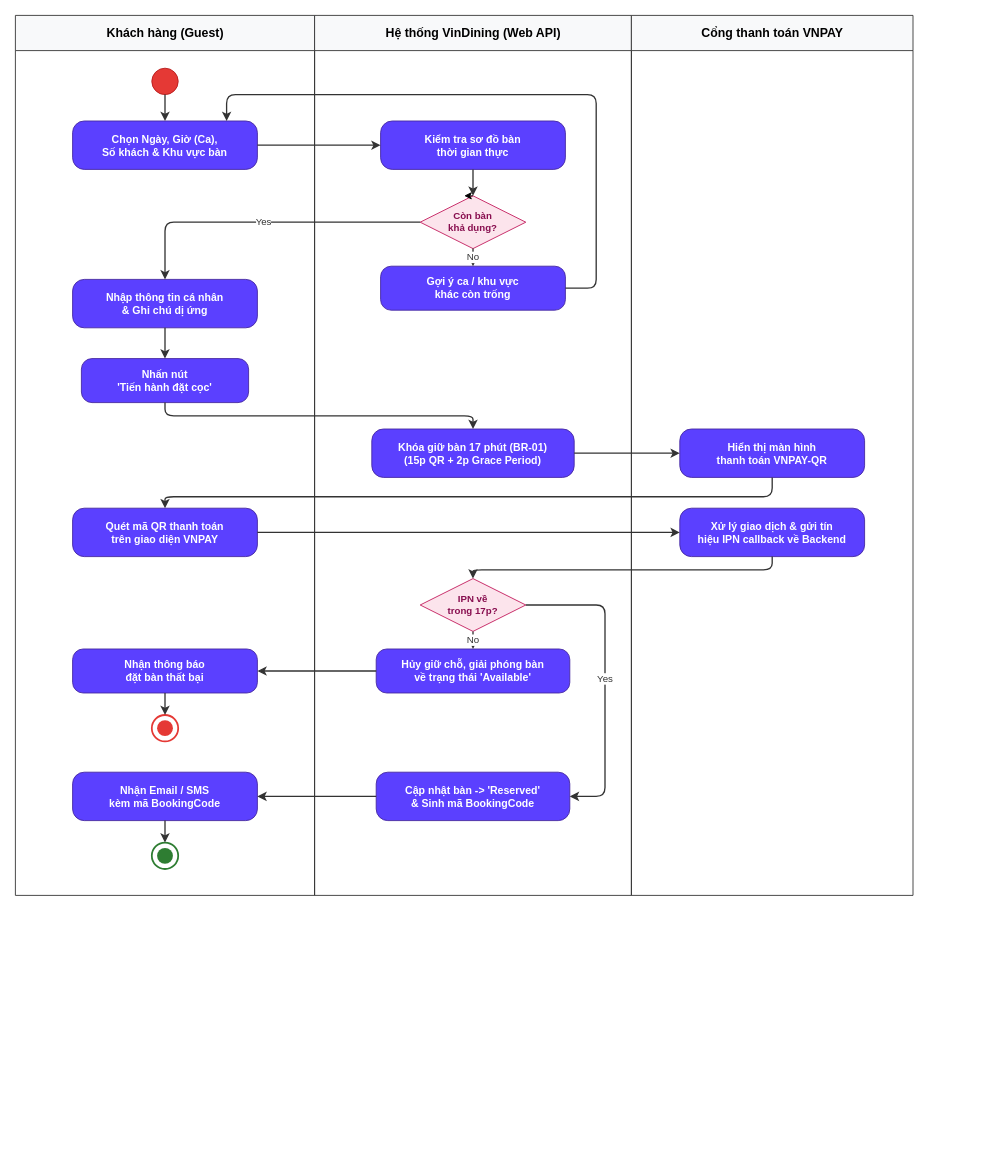
AndrewQng/VinDining keeps this draw.io diagram as docs/phase1/drawio/ad01_reservation_deposit.drawio. Above is the earlier version. Source tidied: cells renumbered, new cells numbered last; positions are measured from the earlier drawing's top-left corner, leaving out a move shared by most shapes. Both pictures are drawn from the tidied source at 88%, with x=0, y=0 at pixel (15, 15).
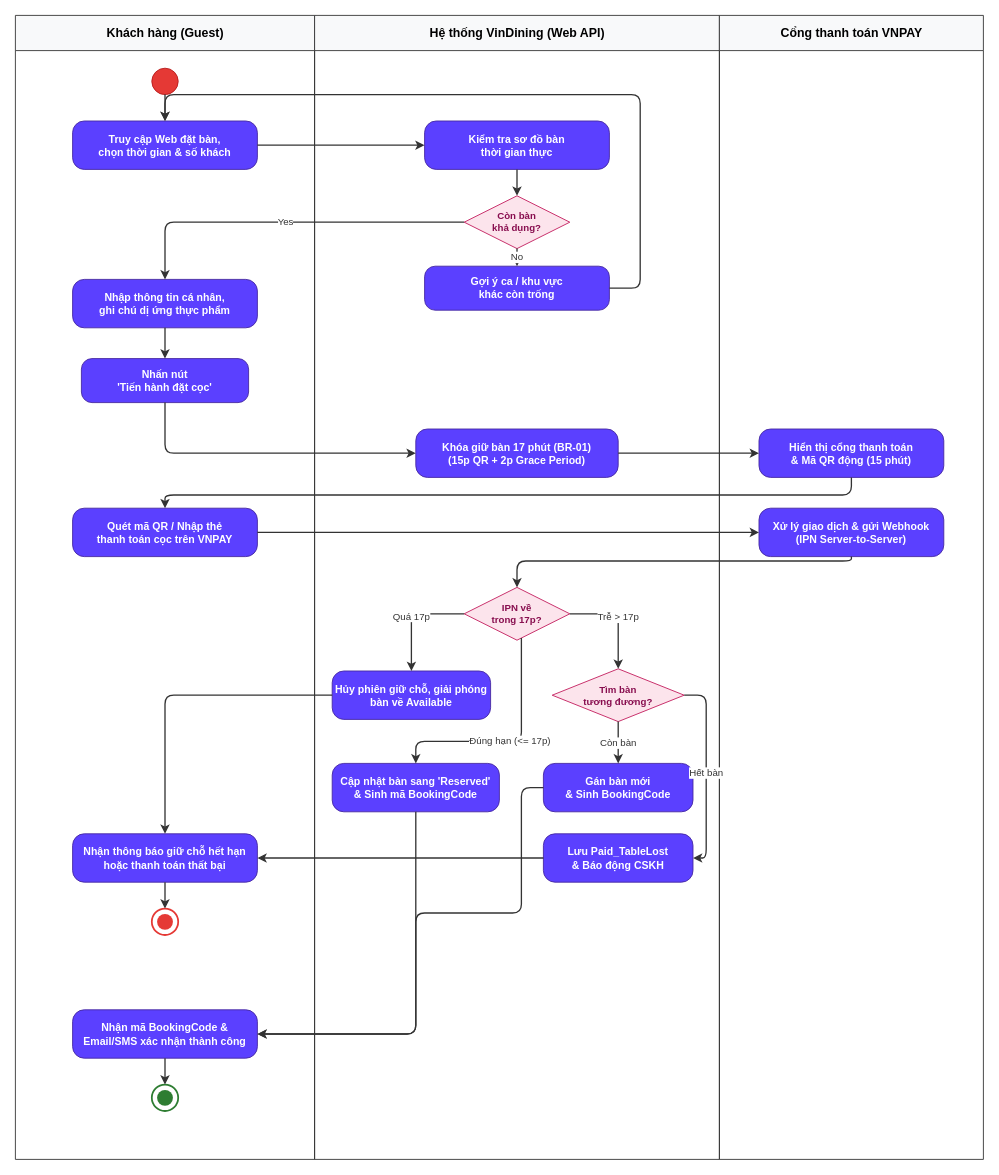
After the change.

Unchanged cells that the change refers to:
```xml
<mxCell id="6" value="Nhấn nút&#10;'Tiến hành đặt cọc'" style="rounded=1;arcSize=24;whiteSpace=wrap;html=1;fillColor=#5b40ff;strokeColor=#4527a0;fontColor=#ffffff;fontStyle=1;fontSize=12;align=center;verticalAlign=middle;" parent="2" vertex="1">
  <mxGeometry x="75" y="390" width="190" height="50" as="geometry" />
</mxCell>
```

The edit, as a diff of the source:
```diff
@@
     <mxCell id="2" value="Khách hàng (Guest)" style="swimlane;html=1;startSize=40;horizontal=1;fontStyle=1;fontSize=14;align=center;verticalAlign=middle;fillColor=#f8f9fa;strokeColor=#333333;swimlaneLine=1;" parent="1" vertex="1">
-      <mxGeometry width="340" height="1000" as="geometry" />
+      <mxGeometry width="340" height="1300" as="geometry" />
     </mxCell>
@@
-    <mxCell id="4" value="Chọn Ngày, Giờ (Ca),&#10;Số khách &amp; Khu vực bàn" style="rounded=1;arcSize=24;whiteSpace=wrap;html=1;fillColor=#5b40ff;strokeColor=#4527a0;fontColor=#ffffff;fontStyle=1;fontSize=12;align=center;verticalAlign=middle;" parent="2" vertex="1">
+    <mxCell id="4" value="Truy cập Web đặt bàn,&#10;chọn thời gian &amp; số khách" style="rounded=1;arcSize=24;whiteSpace=wrap;html=1;fillColor=#5b40ff;strokeColor=#4527a0;fontColor=#ffffff;fontStyle=1;fontSize=12;align=center;verticalAlign=middle;" parent="2" vertex="1">
       <mxGeometry x="65" y="120" width="210" height="55" as="geometry" />
     </mxCell>
-    <mxCell id="5" value="Nhập thông tin cá nhân&#10;&amp; Ghi chú dị ứng" style="rounded=1;arcSize=24;whiteSpace=wrap;html=1;fillColor=#5b40ff;strokeColor=#4527a0;fontColor=#ffffff;fontStyle=1;fontSize=12;align=center;verticalAlign=middle;" parent="2" vertex="1">
+    <mxCell id="5" value="Nhập thông tin cá nhân,&#10;ghi chú dị ứng thực phẩm" style="rounded=1;arcSize=24;whiteSpace=wrap;html=1;fillColor=#5b40ff;strokeColor=#4527a0;fontColor=#ffffff;fontStyle=1;fontSize=12;align=center;verticalAlign=middle;" parent="2" vertex="1">
       <mxGeometry x="65" y="300" width="210" height="55" as="geometry" />
     </mxCell>
@@
-    <mxCell id="7" value="Quét mã QR thanh toán&#10;trên giao diện VNPAY" style="rounded=1;arcSize=24;whiteSpace=wrap;html=1;fillColor=#5b40ff;strokeColor=#4527a0;fontColor=#ffffff;fontStyle=1;fontSize=12;align=center;verticalAlign=middle;" parent="2" vertex="1">
+    <mxCell id="7" value="Quét mã QR / Nhập thẻ&#10;thanh toán cọc trên VNPAY" style="rounded=1;arcSize=24;whiteSpace=wrap;html=1;fillColor=#5b40ff;strokeColor=#4527a0;fontColor=#ffffff;fontStyle=1;fontSize=12;align=center;verticalAlign=middle;" parent="2" vertex="1">
       <mxGeometry x="65" y="560" width="210" height="55" as="geometry" />
     </mxCell>
-    <mxCell id="8" value="Nhận thông báo&#10;đặt bàn thất bại" style="rounded=1;arcSize=24;whiteSpace=wrap;html=1;fillColor=#5b40ff;strokeColor=#4527a0;fontColor=#ffffff;fontStyle=1;fontSize=12;align=center;verticalAlign=middle;" parent="2" vertex="1">
-      <mxGeometry x="65" y="720" width="210" height="50" as="geometry" />
+    <mxCell id="8" value="Nhận thông báo giữ chỗ hết hạn&#10;hoặc thanh toán thất bại" style="rounded=1;arcSize=24;whiteSpace=wrap;html=1;fillColor=#5b40ff;strokeColor=#4527a0;fontColor=#ffffff;fontStyle=1;fontSize=12;align=center;verticalAlign=middle;" parent="2" vertex="1">
+      <mxGeometry x="65" y="930" width="210" height="55" as="geometry" />
     </mxCell>
     <mxCell id="9" style="ellipse;whiteSpace=wrap;html=1;fillColor=#ffffff;strokeColor=#e53935;strokeWidth=2;" parent="2" vertex="1">
-      <mxGeometry x="155" y="795" width="30" height="30" as="geometry" />
+      <mxGeometry x="155" y="1015" width="30" height="30" as="geometry" />
     </mxCell>
     <mxCell id="10" style="ellipse;whiteSpace=wrap;html=1;fillColor=#e53935;strokeColor=none;" parent="2" vertex="1">
-      <mxGeometry x="161" y="801" width="18" height="18" as="geometry" />
+      <mxGeometry x="161" y="1021" width="18" height="18" as="geometry" />
     </mxCell>
-    <mxCell id="11" value="Nhận Email / SMS&#10;kèm mã BookingCode" style="rounded=1;arcSize=24;whiteSpace=wrap;html=1;fillColor=#5b40ff;strokeColor=#4527a0;fontColor=#ffffff;fontStyle=1;fontSize=12;align=center;verticalAlign=middle;" parent="2" vertex="1">
-      <mxGeometry x="65" y="860" width="210" height="55" as="geometry" />
-    </mxCell>
+    <mxCell id="44" value="Nhận mã BookingCode &amp;&#10;Email/SMS xác nhận thành công" style="rounded=1;arcSize=24;whiteSpace=wrap;html=1;fillColor=#5b40ff;strokeColor=#4527a0;fontColor=#ffffff;fontStyle=1;fontSize=12;align=center;verticalAlign=middle;" parent="2" vertex="1">
+      <mxGeometry x="65" y="1130" width="210" height="55" as="geometry" />
+    </mxCell>
     <mxCell id="12" style="ellipse;whiteSpace=wrap;html=1;fillColor=#ffffff;strokeColor=#2e7d32;strokeWidth=2;" parent="2" vertex="1">
-      <mxGeometry x="155" y="940" width="30" height="30" as="geometry" />
+      <mxGeometry x="155" y="1215" width="30" height="30" as="geometry" />
     </mxCell>
     <mxCell id="13" style="ellipse;whiteSpace=wrap;html=1;fillColor=#2e7d32;strokeColor=none;" parent="2" vertex="1">
-      <mxGeometry x="161" y="946" width="18" height="18" as="geometry" />
+      <mxGeometry x="161" y="1221" width="18" height="18" as="geometry" />
     </mxCell>
     <mxCell id="14" value="Hệ thống VinDining (Web API)" style="swimlane;html=1;startSize=40;horizontal=1;fontStyle=1;fontSize=14;align=center;verticalAlign=middle;fillColor=#f8f9fa;strokeColor=#333333;swimlaneLine=1;" parent="1" vertex="1">
-      <mxGeometry x="340" width="360" height="1000" as="geometry" />
+      <mxGeometry x="340" width="460" height="1300" as="geometry" />
     </mxCell>
     <mxCell id="15" value="Kiểm tra sơ đồ bàn&#10;thời gian thực" style="rounded=1;arcSize=24;whiteSpace=wrap;html=1;fillColor=#5b40ff;strokeColor=#4527a0;fontColor=#ffffff;fontStyle=1;fontSize=12;align=center;verticalAlign=middle;" parent="14" vertex="1">
-      <mxGeometry x="75" y="120" width="210" height="55" as="geometry" />
+      <mxGeometry x="125" y="120" width="210" height="55" as="geometry" />
     </mxCell>
     <mxCell id="16" value="Còn bàn&#10;khả dụng?" style="rhombus;whiteSpace=wrap;html=1;fillColor=#fce4ec;strokeColor=#c2185b;fontColor=#880e4f;fontStyle=1;fontSize=11;align=center;verticalAlign=middle;" parent="14" vertex="1">
-      <mxGeometry x="120" y="205" width="120" height="60" as="geometry" />
+      <mxGeometry x="170" y="205" width="120" height="60" as="geometry" />
     </mxCell>
     <mxCell id="17" value="Gợi ý ca / khu vực&#10;khác còn trống" style="rounded=1;arcSize=24;whiteSpace=wrap;html=1;fillColor=#5b40ff;strokeColor=#4527a0;fontColor=#ffffff;fontStyle=1;fontSize=12;align=center;verticalAlign=middle;" parent="14" vertex="1">
-      <mxGeometry x="75" y="285" width="210" height="50" as="geometry" />
+      <mxGeometry x="125" y="285" width="210" height="50" as="geometry" />
     </mxCell>
     <mxCell id="18" value="Khóa giữ bàn 17 phút (BR-01)&#10;(15p QR + 2p Grace Period)" style="rounded=1;arcSize=24;whiteSpace=wrap;html=1;fillColor=#5b40ff;strokeColor=#4527a0;fontColor=#ffffff;fontStyle=1;fontSize=12;align=center;verticalAlign=middle;" parent="14" vertex="1">
-      <mxGeometry x="65" y="470" width="230" height="55" as="geometry" />
+      <mxGeometry x="115" y="470" width="230" height="55" as="geometry" />
     </mxCell>
     <mxCell id="19" value="IPN về&#10;trong 17p?" style="rhombus;whiteSpace=wrap;html=1;fillColor=#fce4ec;strokeColor=#c2185b;fontColor=#880e4f;fontStyle=1;fontSize=11;align=center;verticalAlign=middle;" parent="14" vertex="1">
-      <mxGeometry x="120" y="640" width="120" height="60" as="geometry" />
+      <mxGeometry x="170" y="650" width="120" height="60" as="geometry" />
     </mxCell>
-    <mxCell id="20" value="Hủy giữ chỗ, giải phóng bàn&#10;về trạng thái 'Available'" style="rounded=1;arcSize=24;whiteSpace=wrap;html=1;fillColor=#5b40ff;strokeColor=#4527a0;fontColor=#ffffff;fontStyle=1;fontSize=12;align=center;verticalAlign=middle;" parent="14" vertex="1">
-      <mxGeometry x="70" y="720" width="220" height="50" as="geometry" />
+    <mxCell id="20" value="Hủy phiên giữ chỗ, giải phóng&#10;bàn về Available" style="rounded=1;arcSize=24;whiteSpace=wrap;html=1;fillColor=#5b40ff;strokeColor=#4527a0;fontColor=#ffffff;fontStyle=1;fontSize=12;align=center;verticalAlign=middle;" parent="14" vertex="1">
+      <mxGeometry x="20" y="745" width="180" height="55" as="geometry" />
     </mxCell>
-    <mxCell id="21" value="Cập nhật bàn -&gt; 'Reserved'&#10;&amp; Sinh mã BookingCode" style="rounded=1;arcSize=24;whiteSpace=wrap;html=1;fillColor=#5b40ff;strokeColor=#4527a0;fontColor=#ffffff;fontStyle=1;fontSize=12;align=center;verticalAlign=middle;" parent="14" vertex="1">
-      <mxGeometry x="70" y="860" width="220" height="55" as="geometry" />
-    </mxCell>
-    <mxCell id="22" style="edgeStyle=orthogonalEdgeStyle;rounded=0;orthogonalLoop=1;jettySize=auto;html=1;innerLoopWaypoints=1;exitX=0.5;exitY=0;exitDx=0;exitDy=0;entryX=0.417;entryY=0.003;entryDx=0;entryDy=0;entryPerimeter=0;" parent="14" edge="1" source="16" target="16">
-      <mxGeometry relative="1" as="geometry" />
-    </mxCell>
+    <mxCell id="45" value="Tìm bàn&#10;tương đương?" style="rhombus;whiteSpace=wrap;html=1;fillColor=#fce4ec;strokeColor=#c2185b;fontColor=#880e4f;fontStyle=1;fontSize=11;align=center;verticalAlign=middle;" parent="14" vertex="1">
+      <mxGeometry x="270" y="742.5" width="150" height="60" as="geometry" />
+    </mxCell>
+    <mxCell id="46" value="Cập nhật bàn sang 'Reserved'&#10;&amp; Sinh mã BookingCode" style="rounded=1;arcSize=24;whiteSpace=wrap;html=1;fillColor=#5b40ff;strokeColor=#4527a0;fontColor=#ffffff;fontStyle=1;fontSize=12;align=center;verticalAlign=middle;" parent="14" vertex="1">
+      <mxGeometry x="20" y="850" width="190" height="55" as="geometry" />
+    </mxCell>
+    <mxCell id="47" value="Gán bàn mới&#10;&amp; Sinh BookingCode" style="rounded=1;arcSize=24;whiteSpace=wrap;html=1;fillColor=#5b40ff;strokeColor=#4527a0;fontColor=#ffffff;fontStyle=1;fontSize=12;align=center;verticalAlign=middle;" parent="14" vertex="1">
+      <mxGeometry x="260" y="850" width="170" height="55" as="geometry" />
+    </mxCell>
+    <mxCell id="48" value="Lưu Paid_TableLost&#10;&amp; Báo động CSKH" style="rounded=1;arcSize=24;whiteSpace=wrap;html=1;fillColor=#5b40ff;strokeColor=#4527a0;fontColor=#ffffff;fontStyle=1;fontSize=12;align=center;verticalAlign=middle;" parent="14" vertex="1">
+      <mxGeometry x="260" y="930" width="170" height="55" as="geometry" />
+    </mxCell>
     <mxCell id="23" value="Cổng thanh toán VNPAY" style="swimlane;html=1;startSize=40;horizontal=1;fontStyle=1;fontSize=14;align=center;verticalAlign=middle;fillColor=#f8f9fa;strokeColor=#333333;swimlaneLine=1;" parent="1" vertex="1">
-      <mxGeometry x="700" width="320" height="1000" as="geometry" />
+      <mxGeometry x="800" width="300" height="1300" as="geometry" />
     </mxCell>
-    <mxCell id="24" value="Hiển thị màn hình&#10;thanh toán VNPAY-QR" style="rounded=1;arcSize=24;whiteSpace=wrap;html=1;fillColor=#5b40ff;strokeColor=#4527a0;fontColor=#ffffff;fontStyle=1;fontSize=12;align=center;verticalAlign=middle;" parent="23" vertex="1">
-      <mxGeometry x="55" y="470" width="210" height="55" as="geometry" />
+    <mxCell id="24" value="Hiển thị cổng thanh toán&#10;&amp; Mã QR động (15 phút)" style="rounded=1;arcSize=24;whiteSpace=wrap;html=1;fillColor=#5b40ff;strokeColor=#4527a0;fontColor=#ffffff;fontStyle=1;fontSize=12;align=center;verticalAlign=middle;" parent="23" vertex="1">
+      <mxGeometry x="45" y="470" width="210" height="55" as="geometry" />
     </mxCell>
-    <mxCell id="25" value="Xử lý giao dịch &amp; gửi tín&#10;hiệu IPN callback về Backend" style="rounded=1;arcSize=24;whiteSpace=wrap;html=1;fillColor=#5b40ff;strokeColor=#4527a0;fontColor=#ffffff;fontStyle=1;fontSize=12;align=center;verticalAlign=middle;" parent="23" vertex="1">
-      <mxGeometry x="55" y="560" width="210" height="55" as="geometry" />
+    <mxCell id="25" value="Xử lý giao dịch &amp; gửi Webhook&#10;(IPN Server-to-Server)" style="rounded=1;arcSize=24;whiteSpace=wrap;html=1;fillColor=#5b40ff;strokeColor=#4527a0;fontColor=#ffffff;fontStyle=1;fontSize=12;align=center;verticalAlign=middle;" parent="23" vertex="1">
+      <mxGeometry x="45" y="560" width="210" height="55" as="geometry" />
     </mxCell>
@@
     <mxCell id="30" style="edgeStyle=orthogonalEdgeStyle;rounded=1;jettySize=auto;html=1;strokeColor=#333333;strokeWidth=1.5;fontSize=11;fontColor=#333333;" parent="1" edge="1" source="17" target="4">
       <mxGeometry relative="1" as="geometry">
         <Array as="points">
-          <mxPoint x="660" y="310" />
-          <mxPoint x="660" y="90" />
-          <mxPoint x="240" y="90" />
+          <mxPoint x="710" y="310" />
+          <mxPoint x="710" y="90" />
+          <mxPoint x="170" y="90" />
         </Array>
       </mxGeometry>
     </mxCell>
     <mxCell id="31" value="Yes" style="edgeStyle=orthogonalEdgeStyle;rounded=1;jettySize=auto;html=1;strokeColor=#333333;strokeWidth=1.5;fontSize=11;fontColor=#333333;" parent="1" edge="1" source="16" target="5">
       <mxGeometry relative="1" as="geometry">
         <Array as="points">
-          <mxPoint x="520" y="235" />
+          <mxPoint x="510" y="235" />
           <mxPoint x="170" y="235" />
         </Array>
       </mxGeometry>
     </mxCell>
@@
     <mxCell id="33" style="edgeStyle=orthogonalEdgeStyle;rounded=1;jettySize=auto;html=1;strokeColor=#333333;strokeWidth=1.5;fontSize=11;fontColor=#333333;" parent="1" edge="1" source="6" target="18">
       <mxGeometry relative="1" as="geometry">
         <Array as="points">
-          <mxPoint x="170" y="455" />
+          <mxPoint x="170" y="497.5" />
         </Array>
       </mxGeometry>
     </mxCell>
@@
     <mxCell id="35" style="edgeStyle=orthogonalEdgeStyle;rounded=1;jettySize=auto;html=1;strokeColor=#333333;strokeWidth=1.5;fontSize=11;fontColor=#333333;" parent="1" edge="1" source="24" target="7">
       <mxGeometry relative="1" as="geometry">
         <Array as="points">
-          <mxPoint x="860" y="547" />
-          <mxPoint x="170" y="547" />
+          <mxPoint x="950" y="545" />
+          <mxPoint x="170" y="545" />
         </Array>
       </mxGeometry>
     </mxCell>
     <mxCell id="36" style="edgeStyle=orthogonalEdgeStyle;rounded=1;jettySize=auto;html=1;strokeColor=#333333;strokeWidth=1.5;fontSize=11;fontColor=#333333;" parent="1" edge="1" source="7" target="25">
       <mxGeometry relative="1" as="geometry">
         <Array as="points">
-          <mxPoint x="170" y="578" />
-          <mxPoint x="860" y="578" />
+          <mxPoint x="170" y="595" />
+          <mxPoint x="950" y="595" />
         </Array>
       </mxGeometry>
     </mxCell>
     <mxCell id="37" style="edgeStyle=orthogonalEdgeStyle;rounded=1;jettySize=auto;html=1;strokeColor=#333333;strokeWidth=1.5;fontSize=11;fontColor=#333333;" parent="1" edge="1" source="25" target="19">
       <mxGeometry relative="1" as="geometry">
         <Array as="points">
-          <mxPoint x="860" y="630" />
+          <mxPoint x="950" y="620" />
+          <mxPoint x="570" y="620" />
         </Array>
       </mxGeometry>
     </mxCell>
-    <mxCell id="38" value="No" style="edgeStyle=orthogonalEdgeStyle;rounded=1;jettySize=auto;html=1;strokeColor=#333333;strokeWidth=1.5;fontSize=11;fontColor=#333333;" parent="1" edge="1" source="19" target="20">
-      <mxGeometry relative="1" as="geometry" />
+    <mxCell id="38" value="Quá 17p" style="edgeStyle=orthogonalEdgeStyle;rounded=1;jettySize=auto;html=1;strokeColor=#333333;strokeWidth=1.5;fontSize=11;fontColor=#333333;" parent="1" edge="1" source="19" target="20">
+      <mxGeometry relative="1" as="geometry">
+        <Array as="points">
+          <mxPoint x="510" y="680" />
+          <mxPoint x="450" y="680" />
+        </Array>
+      </mxGeometry>
     </mxCell>
+    <mxCell id="49" value="Trễ &gt; 17p" style="edgeStyle=orthogonalEdgeStyle;rounded=1;jettySize=auto;html=1;strokeColor=#333333;strokeWidth=1.5;fontSize=11;fontColor=#333333;" parent="1" edge="1" source="19" target="45">
+      <mxGeometry relative="1" as="geometry">
+        <Array as="points">
+          <mxPoint x="630" y="680" />
+          <mxPoint x="685" y="680" />
+        </Array>
+      </mxGeometry>
+    </mxCell>
+    <mxCell id="41" value="Đúng hạn (&lt;= 17p)" style="edgeStyle=orthogonalEdgeStyle;rounded=1;jettySize=auto;html=1;strokeColor=#333333;strokeWidth=1.5;fontSize=11;fontColor=#333333;" parent="1" edge="1" source="19" target="46">
+      <mxGeometry relative="1" as="geometry">
+        <Array as="points">
+          <mxPoint x="575" y="710" />
+          <mxPoint x="575" y="825" />
+          <mxPoint x="455" y="825" />
+        </Array>
+      </mxGeometry>
+    </mxCell>
+    <mxCell id="50" value="Còn bàn" style="edgeStyle=orthogonalEdgeStyle;rounded=1;jettySize=auto;html=1;strokeColor=#333333;strokeWidth=1.5;fontSize=11;fontColor=#333333;" parent="1" edge="1" source="45" target="47">
+      <mxGeometry relative="1" as="geometry" />
+    </mxCell>
+    <mxCell id="51" value="Hết bàn" style="edgeStyle=orthogonalEdgeStyle;rounded=1;jettySize=auto;html=1;strokeColor=#333333;strokeWidth=1.5;fontSize=11;fontColor=#333333;" parent="1" edge="1" source="45" target="48">
+      <mxGeometry relative="1" as="geometry">
+        <Array as="points">
+          <mxPoint x="785" y="772.5" />
+          <mxPoint x="785" y="957.5" />
+        </Array>
+      </mxGeometry>
+    </mxCell>
+    <mxCell id="52" style="edgeStyle=orthogonalEdgeStyle;rounded=1;jettySize=auto;html=1;strokeColor=#333333;strokeWidth=1.5;fontSize=11;fontColor=#333333;" parent="1" edge="1" source="20" target="8">
+      <mxGeometry relative="1" as="geometry">
+        <Array as="points">
+          <mxPoint x="360" y="772.5" />
+          <mxPoint x="170" y="772.5" />
+        </Array>
+      </mxGeometry>
+    </mxCell>
+    <mxCell id="53" style="edgeStyle=orthogonalEdgeStyle;rounded=1;jettySize=auto;html=1;strokeColor=#333333;strokeWidth=1.5;fontSize=11;fontColor=#333333;" parent="1" edge="1" source="48" target="8">
+      <mxGeometry relative="1" as="geometry" />
+    </mxCell>
-    <mxCell id="39" style="edgeStyle=orthogonalEdgeStyle;rounded=1;jettySize=auto;html=1;strokeColor=#333333;strokeWidth=1.5;fontSize=11;fontColor=#333333;" parent="1" edge="1" source="20" target="8">
+    <mxCell id="39" style="edgeStyle=orthogonalEdgeStyle;rounded=1;jettySize=auto;html=1;strokeColor=#333333;strokeWidth=1.5;fontSize=11;fontColor=#333333;" parent="1" edge="1" source="8" target="9">
       <mxGeometry relative="1" as="geometry" />
     </mxCell>
+    <mxCell id="54" style="edgeStyle=orthogonalEdgeStyle;rounded=1;jettySize=auto;html=1;strokeColor=#333333;strokeWidth=1.5;fontSize=11;fontColor=#333333;" parent="1" edge="1" source="46" target="44">
+      <mxGeometry relative="1" as="geometry">
+        <Array as="points">
+          <mxPoint x="455" y="1157.5" />
+        </Array>
+      </mxGeometry>
+    </mxCell>
+    <mxCell id="55" style="edgeStyle=orthogonalEdgeStyle;rounded=1;jettySize=auto;html=1;strokeColor=#333333;strokeWidth=1.5;fontSize=11;fontColor=#333333;" parent="1" edge="1" source="47" target="44">
+      <mxGeometry relative="1" as="geometry">
+        <Array as="points">
+          <mxPoint x="600" y="877.5" />
+          <mxPoint x="575" y="877.5" />
+          <mxPoint x="575" y="1020" />
+          <mxPoint x="455" y="1020" />
+          <mxPoint x="455" y="1157.5" />
+        </Array>
+      </mxGeometry>
+    </mxCell>
-    <mxCell id="40" style="edgeStyle=orthogonalEdgeStyle;rounded=1;jettySize=auto;html=1;strokeColor=#333333;strokeWidth=1.5;fontSize=11;fontColor=#333333;" parent="1" edge="1" source="8" target="9">
+    <mxCell id="40" style="edgeStyle=orthogonalEdgeStyle;rounded=1;jettySize=auto;html=1;strokeColor=#333333;strokeWidth=1.5;fontSize=11;fontColor=#333333;" parent="1" edge="1" source="44" target="12">
       <mxGeometry relative="1" as="geometry" />
     </mxCell>
-    <mxCell id="41" value="Yes" style="edgeStyle=orthogonalEdgeStyle;rounded=1;jettySize=auto;html=1;strokeColor=#333333;strokeWidth=1.5;fontSize=11;fontColor=#333333;" parent="1" edge="1" source="19" target="21">
-      <mxGeometry relative="1" as="geometry">
-        <Array as="points">
-          <mxPoint x="670" y="670" />
-          <mxPoint x="670" y="887.5" />
-        </Array>
-      </mxGeometry>
-    </mxCell>
-    <mxCell id="42" style="edgeStyle=orthogonalEdgeStyle;rounded=1;jettySize=auto;html=1;strokeColor=#333333;strokeWidth=1.5;fontSize=11;fontColor=#333333;" parent="1" edge="1" source="21" target="11">
-      <mxGeometry relative="1" as="geometry" />
-    </mxCell>
-    <mxCell id="43" style="edgeStyle=orthogonalEdgeStyle;rounded=1;jettySize=auto;html=1;strokeColor=#333333;strokeWidth=1.5;fontSize=11;fontColor=#333333;" parent="1" edge="1" source="11" target="12">
-      <mxGeometry relative="1" as="geometry" />
-    </mxCell>
```
